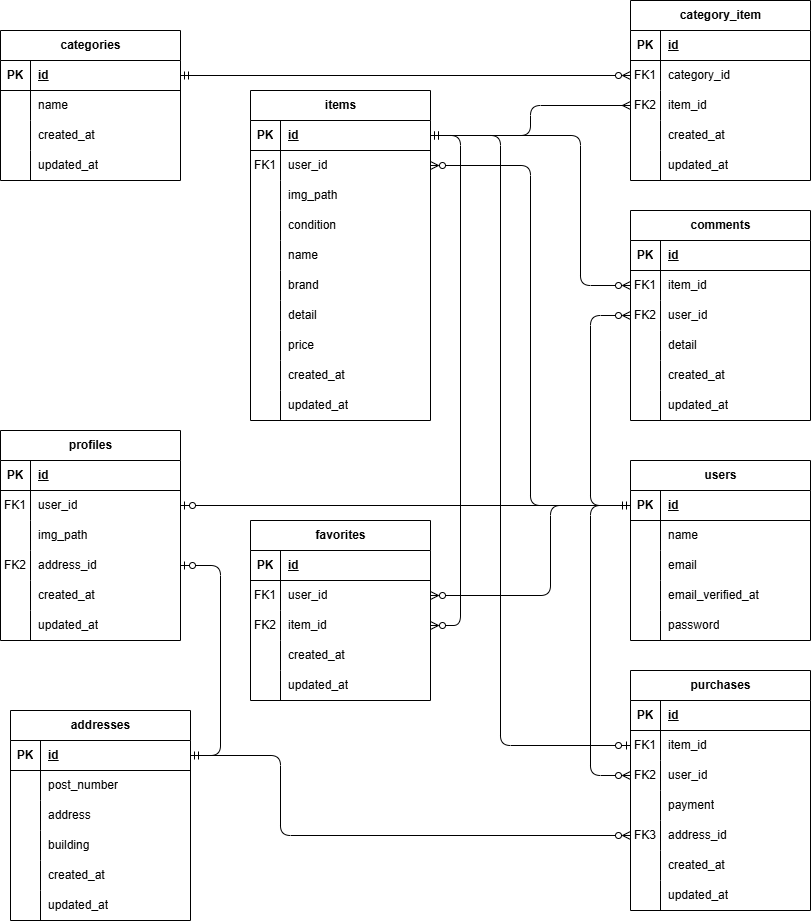
This is ER.drawio.png from kasahara-dev/kasahara-mogi1, a draw.io export, as it was before one commit. Source tidied: cells renumbered, new cells last; positions are measured from the earlier drawing's top-left corner, leaving out a move shared by most shapes.
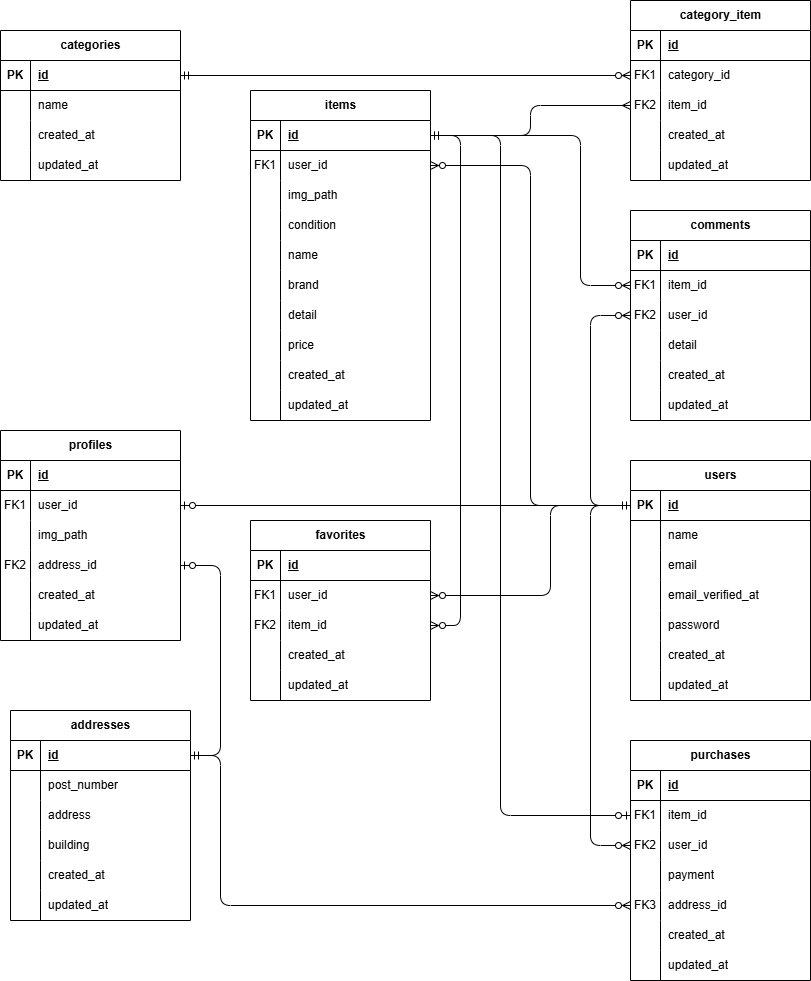
Above is the later version.

The edit, as a diff of the source:
```diff
@@ -60,7 +60,7 @@
       <mxGeometry x="30" width="150" height="30" as="geometry" />
     </mxCell>
     <mxCell id="21" value="users" style="shape=table;startSize=30;rowLines=0;fontStyle=1;align=center;html=1;" parent="1" vertex="1">
-      <mxGeometry x="630" y="460" width="180" height="180" as="geometry" />
+      <mxGeometry x="630" y="460" width="180" height="240" as="geometry" />
     </mxCell>
     <mxCell id="22" style="shape=tableRow;horizontal=0;startSize=0;swimlaneHead=0;swimlaneBody=0;fillColor=none;points=[[0,0.5],[1,0.5]];portConstraint=eastwest;top=0;left=0;right=0;bottom=1;" parent="21" vertex="1">
       <mxGeometry y="30" width="180" height="30" as="geometry" />
@@ -107,6 +107,24 @@
     <mxCell id="36" value="password" style="shape=partialRectangle;fillColor=none;top=0;left=0;bottom=0;right=0;align=left;spacingLeft=6;overflow=hidden;whiteSpace=wrap;html=1;" parent="34" vertex="1">
       <mxGeometry x="30" width="150" height="30" as="geometry" />
     </mxCell>
+    <mxCell id="185" style="shape=tableRow;horizontal=0;startSize=0;swimlaneHead=0;swimlaneBody=0;fillColor=none;top=0;left=0;right=0;bottom=0;" parent="21" vertex="1">
+      <mxGeometry y="180" width="180" height="30" as="geometry" />
+    </mxCell>
+    <mxCell id="186" style="shape=partialRectangle;fillColor=none;top=0;left=0;bottom=0;right=0;overflow=hidden;whiteSpace=wrap;html=1;" parent="185" vertex="1">
+      <mxGeometry width="30" height="30" as="geometry" />
+    </mxCell>
+    <mxCell id="187" value="created_at" style="shape=partialRectangle;fillColor=none;top=0;left=0;bottom=0;right=0;align=left;spacingLeft=6;overflow=hidden;whiteSpace=wrap;html=1;" parent="185" vertex="1">
+      <mxGeometry x="30" width="150" height="30" as="geometry" />
+    </mxCell>
+    <mxCell id="188" style="shape=tableRow;horizontal=0;startSize=0;swimlaneHead=0;swimlaneBody=0;fillColor=none;top=0;left=0;right=0;bottom=0;" parent="21" vertex="1">
+      <mxGeometry y="210" width="180" height="30" as="geometry" />
+    </mxCell>
+    <mxCell id="189" style="shape=partialRectangle;fillColor=none;top=0;left=0;bottom=0;right=0;overflow=hidden;whiteSpace=wrap;html=1;" parent="188" vertex="1">
+      <mxGeometry width="30" height="30" as="geometry" />
+    </mxCell>
+    <mxCell id="190" value="updated_at" style="shape=partialRectangle;fillColor=none;top=0;left=0;bottom=0;right=0;align=left;spacingLeft=6;overflow=hidden;whiteSpace=wrap;html=1;" parent="188" vertex="1">
+      <mxGeometry x="30" width="150" height="30" as="geometry" />
+    </mxCell>
     <mxCell id="37" style="edgeStyle=none;html=1;exitX=0;exitY=0.5;exitDx=0;exitDy=0;entryX=1;entryY=0.5;entryDx=0;entryDy=0;startArrow=none;startFill=0;endArrow=ERzeroToOne;endFill=0;" parent="1" edge="1" source="22" target="6">
       <mxGeometry relative="1" as="geometry" />
     </mxCell>
@@ -318,7 +336,7 @@
       <mxGeometry x="30" width="150" height="30" as="geometry" />
     </mxCell>
     <mxCell id="107" value="purchases" style="shape=table;startSize=30;rowLines=0;fontStyle=1;align=center;html=1;" parent="1" vertex="1">
-      <mxGeometry x="630" y="670" width="180" height="240" as="geometry" />
+      <mxGeometry x="630" y="740" width="180" height="240" as="geometry" />
     </mxCell>
     <mxCell id="108" style="shape=tableRow;horizontal=0;startSize=0;swimlaneHead=0;swimlaneBody=0;fillColor=none;top=0;left=0;right=0;bottom=1;" parent="107" vertex="1">
       <mxGeometry y="30" width="180" height="30" as="geometry" />
@@ -542,10 +560,10 @@
         </Array>
       </mxGeometry>
     </mxCell>
-    <mxCell id="177" style="edgeStyle=orthogonalEdgeStyle;html=1;exitX=0;exitY=0.5;exitDx=0;exitDy=0;entryX=0;entryY=0.5;entryDx=0;entryDy=0;startArrow=ERzeroToMany;startFill=0;endArrow=none;endFill=0;" parent="1" edge="1" source="114" target="22">
+    <mxCell id="177" style="html=1;exitX=0;exitY=0.5;exitDx=0;exitDy=0;entryX=0;entryY=0.5;entryDx=0;entryDy=0;startArrow=ERzeroToMany;startFill=0;endArrow=none;endFill=0;edgeStyle=orthogonalEdgeStyle;" parent="1" edge="1" source="114" target="22">
       <mxGeometry relative="1" as="geometry">
         <Array as="points">
-          <mxPoint x="590" y="775" />
+          <mxPoint x="590" y="845" />
           <mxPoint x="590" y="505" />
         </Array>
       </mxGeometry>
@@ -553,15 +571,15 @@
     <mxCell id="178" style="html=1;exitX=0;exitY=0.5;exitDx=0;exitDy=0;entryX=1;entryY=0.5;entryDx=0;entryDy=0;startArrow=ERzeroToMany;startFill=0;endArrow=none;endFill=0;edgeStyle=orthogonalEdgeStyle;" parent="1" edge="1" source="120" target="70">
       <mxGeometry relative="1" as="geometry">
         <Array as="points">
-          <mxPoint x="280" y="835" />
-          <mxPoint x="280" y="755" />
+          <mxPoint x="220" y="905" />
+          <mxPoint x="220" y="755" />
         </Array>
       </mxGeometry>
     </mxCell>
-    <mxCell id="179" style="edgeStyle=orthogonalEdgeStyle;html=1;exitX=0;exitY=0.5;exitDx=0;exitDy=0;entryX=1;entryY=0.5;entryDx=0;entryDy=0;startArrow=ERzeroToOne;startFill=0;endArrow=none;endFill=0;" parent="1" edge="1" source="111" target="39">
+    <mxCell id="179" style="html=1;exitX=0;exitY=0.5;exitDx=0;exitDy=0;entryX=1;entryY=0.5;entryDx=0;entryDy=0;startArrow=ERzeroToOne;startFill=0;endArrow=none;endFill=0;edgeStyle=orthogonalEdgeStyle;" parent="1" edge="1" source="111" target="39">
       <mxGeometry relative="1" as="geometry">
         <Array as="points">
-          <mxPoint x="500" y="745" />
+          <mxPoint x="500" y="815" />
           <mxPoint x="500" y="135" />
         </Array>
       </mxGeometry>
```
